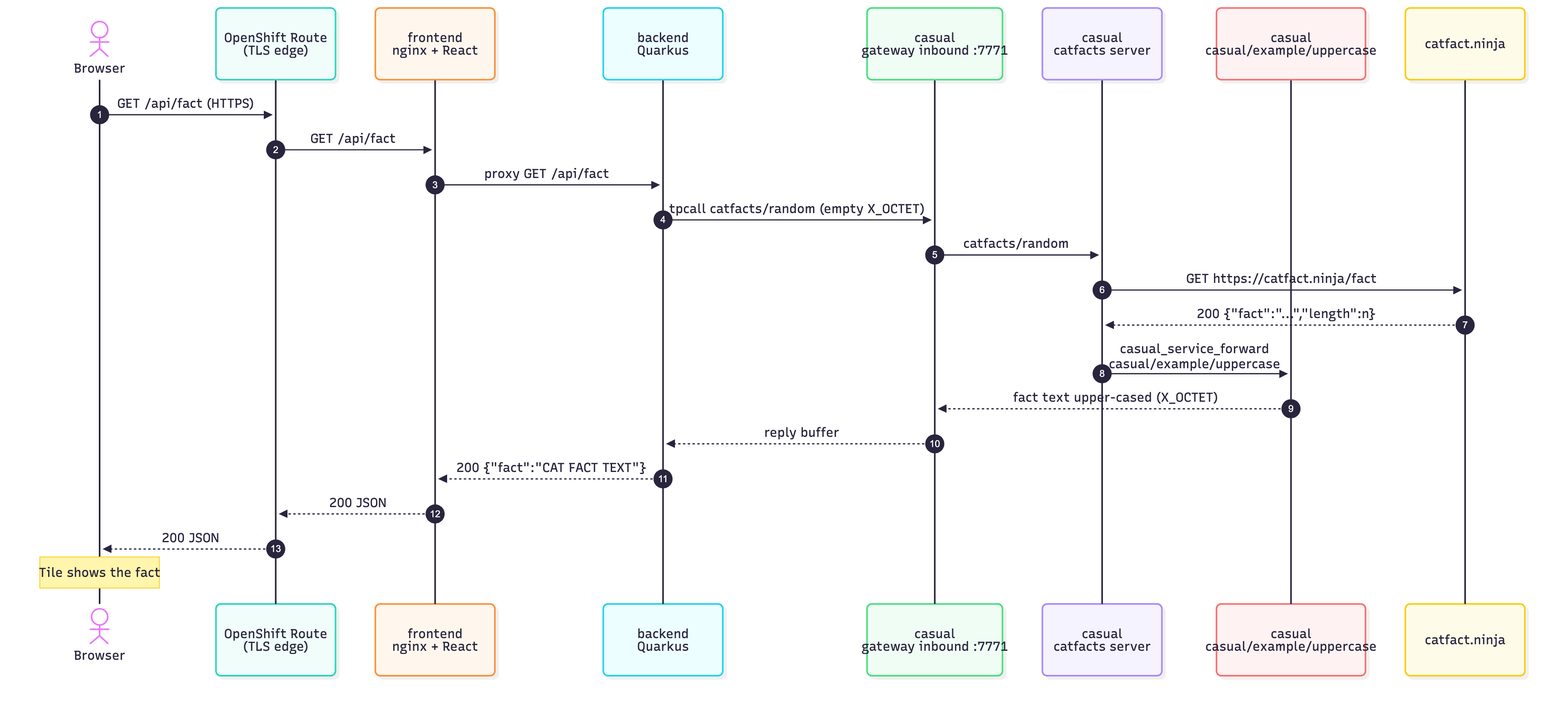
The Mermaid diagram frontend/src/assets/call-sequence.png in kjellmlarsson/casual-bob, before a commit. Its source is kept beside it as frontend/src/assets/call-sequence.mmd. Source of this version:
```mermaid
sequenceDiagram
    autonumber
    actor User as Browser
    participant Route as OpenShift Route<br/>(TLS edge)
    participant FE as frontend<br/>nginx + React
    participant BE as backend<br/>Quarkus
    participant GW as casual<br/>gateway inbound :7771
    participant CF as casual<br/>catfacts server
    participant UC as casual<br/>casual/example/uppercase
    participant API as catfact.ninja

    User->>Route: GET /api/fact (HTTPS)
    Route->>FE: GET /api/fact
    FE->>BE: proxy GET /api/fact
    BE->>GW: tpcall catfacts/random (empty X_OCTET)
    GW->>CF: catfacts/random
    CF->>API: GET https://catfact.ninja/fact
    API-->>CF: 200 {"fact":"...","length":n}
    CF->>UC: casual_service_forward<br/>casual/example/uppercase
    UC-->>GW: fact text upper-cased (X_OCTET)
    GW-->>BE: reply buffer
    BE-->>FE: 200 {"fact":"CAT FACT TEXT"}
    FE-->>Route: 200 JSON
    Route-->>User: 200 JSON
    Note over User: Tile shows the fact
```
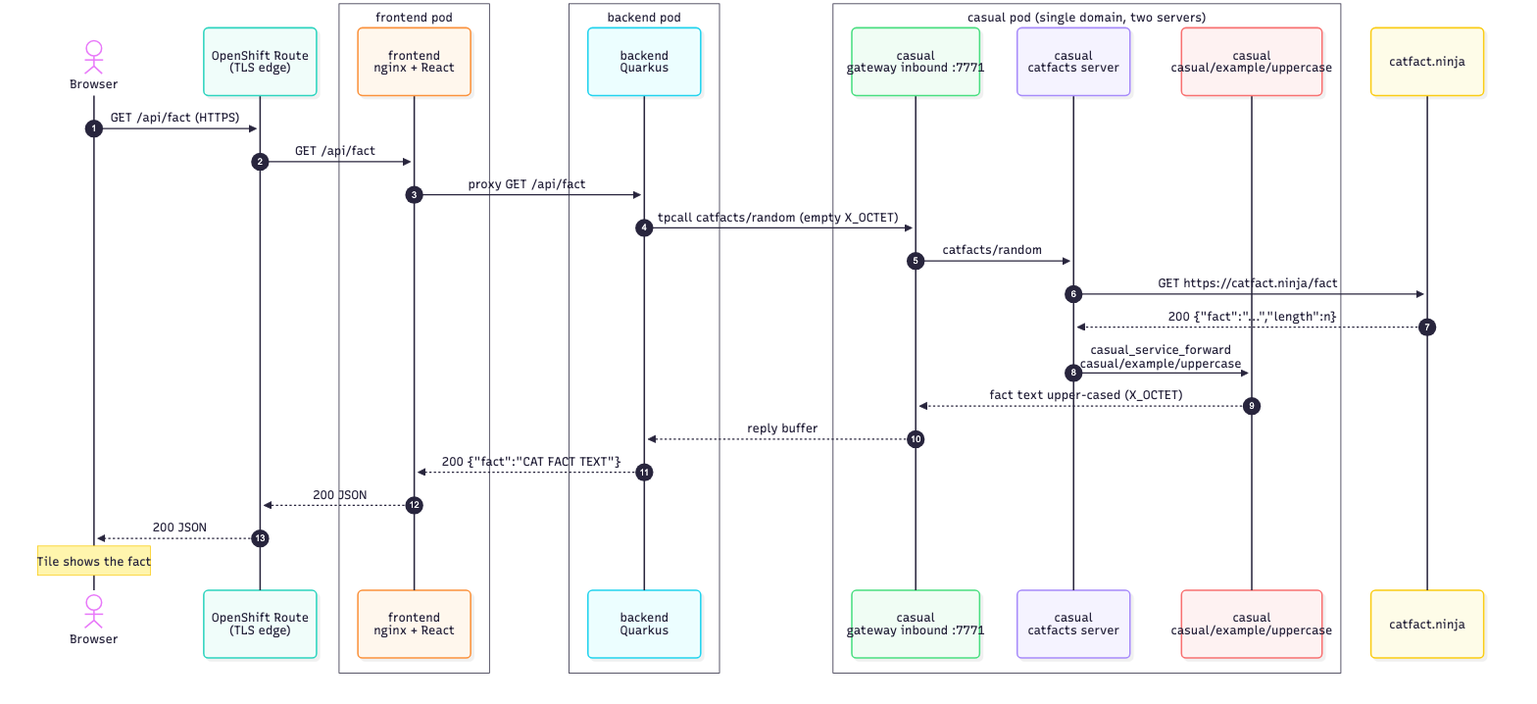
Above is the later version.

Commit message:
docs: add pod grouping boxes to call sequence diagram

The edit, as a diff of the source:
```diff
@@ -2,11 +2,17 @@
     autonumber
     actor User as Browser
     participant Route as OpenShift Route<br/>(TLS edge)
+    box frontend pod
     participant FE as frontend<br/>nginx + React
+    end
+    box backend pod
     participant BE as backend<br/>Quarkus
+    end
+    box casual pod (single domain, two servers)
     participant GW as casual<br/>gateway inbound :7771
     participant CF as casual<br/>catfacts server
     participant UC as casual<br/>casual/example/uppercase
+    end
     participant API as catfact.ninja
 
     User->>Route: GET /api/fact (HTTPS)
```
